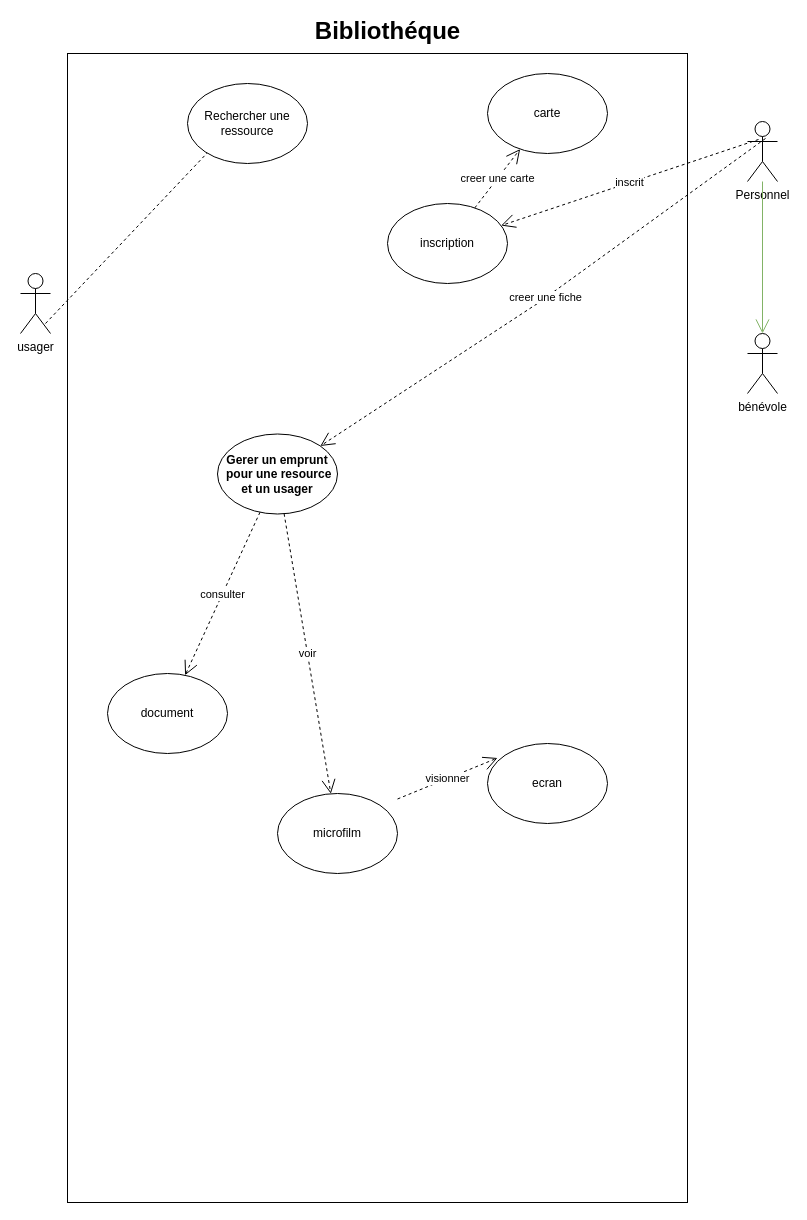
Before: maquetter_une_application/UML_Partie_1/cas_d_utilisation_mediatheque.drawio in Rustam0-0/cda, a draw.io diagram. Source tidied: cells renumbered, new cells numbered last; positions are measured from the earlier drawing's top-left corner, leaving out a move shared by most shapes. Both pictures are drawn from the tidied source at 100%, with x=0, y=0 at pixel (20, 21).
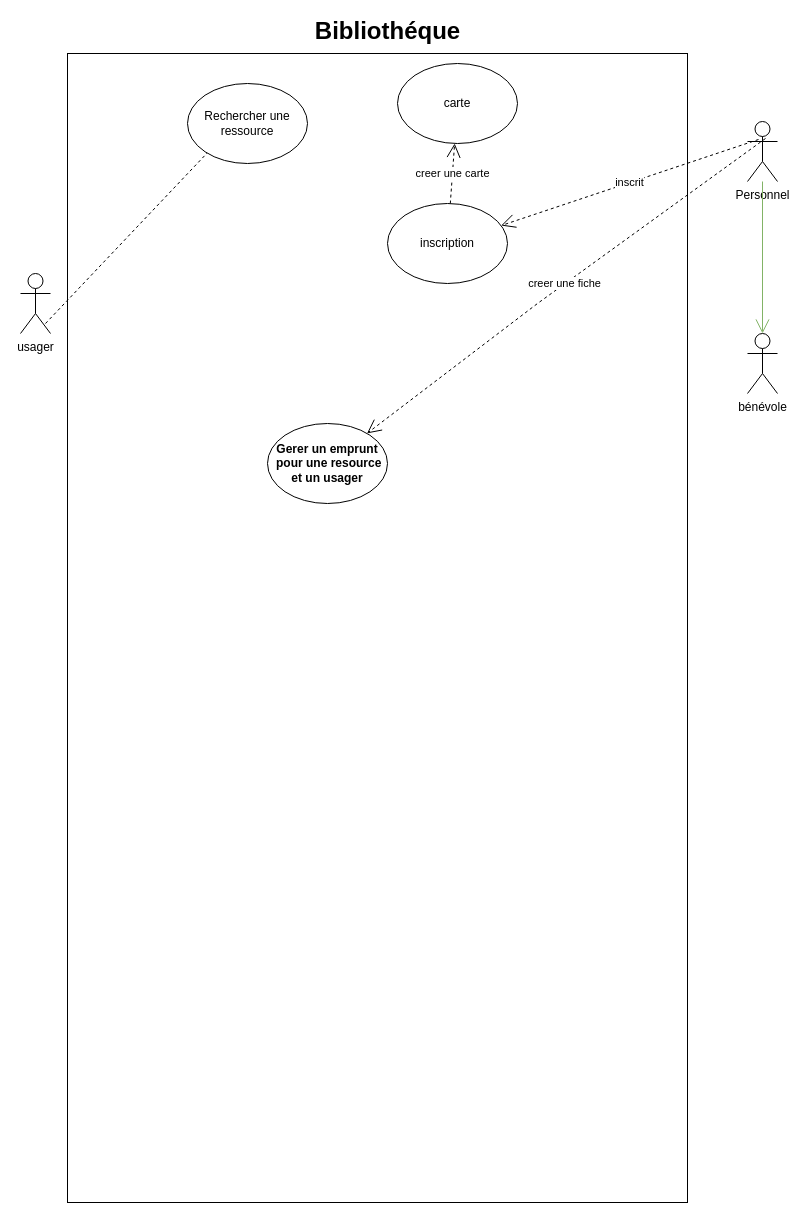
The same diagram, later.

Diff of the diagram source:
```diff
@@
-    <mxCell id="12" value="visionner" style="endArrow=open;endSize=12;dashed=1;html=1;rounded=0;" parent="1" edge="1">
-      <mxGeometry relative="1" as="geometry">
-        <mxPoint x="377" y="777.5" as="sourcePoint" />
-        <mxPoint x="477" y="736.5" as="targetPoint" />
-      </mxGeometry>
-    </mxCell>
@@
     <mxCell id="14" value="carte" style="ellipse;whiteSpace=wrap;html=1;" parent="1" vertex="1">
-      <mxGeometry x="467" y="52" width="120" height="80" as="geometry" />
+      <mxGeometry x="377" y="42" width="120" height="80" as="geometry" />
     </mxCell>
@@
-    <mxCell id="16" value="document" style="ellipse;whiteSpace=wrap;html=1;" parent="1" vertex="1">
-      <mxGeometry x="87" y="652" width="120" height="80" as="geometry" />
-    </mxCell>
-    <mxCell id="17" value="microfilm" style="ellipse;whiteSpace=wrap;html=1;" parent="1" vertex="1">
-      <mxGeometry x="257" y="772" width="120" height="80" as="geometry" />
-    </mxCell>
-    <mxCell id="18" value="ecran" style="ellipse;whiteSpace=wrap;html=1;" parent="1" vertex="1">
-      <mxGeometry x="467" y="722" width="120" height="80" as="geometry" />
-    </mxCell>
     <mxCell id="19" value="Gerer un emprunt&lt;br&gt;&amp;nbsp;pour une resource et un usager" style="ellipse;whiteSpace=wrap;html=1;fontStyle=1;" parent="1" vertex="1">
-      <mxGeometry x="197" y="412.5" width="120" height="80" as="geometry" />
+      <mxGeometry x="247" y="402" width="120" height="80" as="geometry" />
     </mxCell>
-    <mxCell id="20" value="voir" style="endArrow=open;endSize=12;dashed=1;html=1;rounded=0;" parent="1" edge="1" source="19" target="17">
-      <mxGeometry relative="1" as="geometry" />
-    </mxCell>
-    <mxCell id="21" value="consulter" style="endArrow=open;endSize=12;dashed=1;html=1;rounded=0;" parent="1" edge="1" source="19" target="16">
-      <mxGeometry relative="1" as="geometry" />
-    </mxCell>
```
